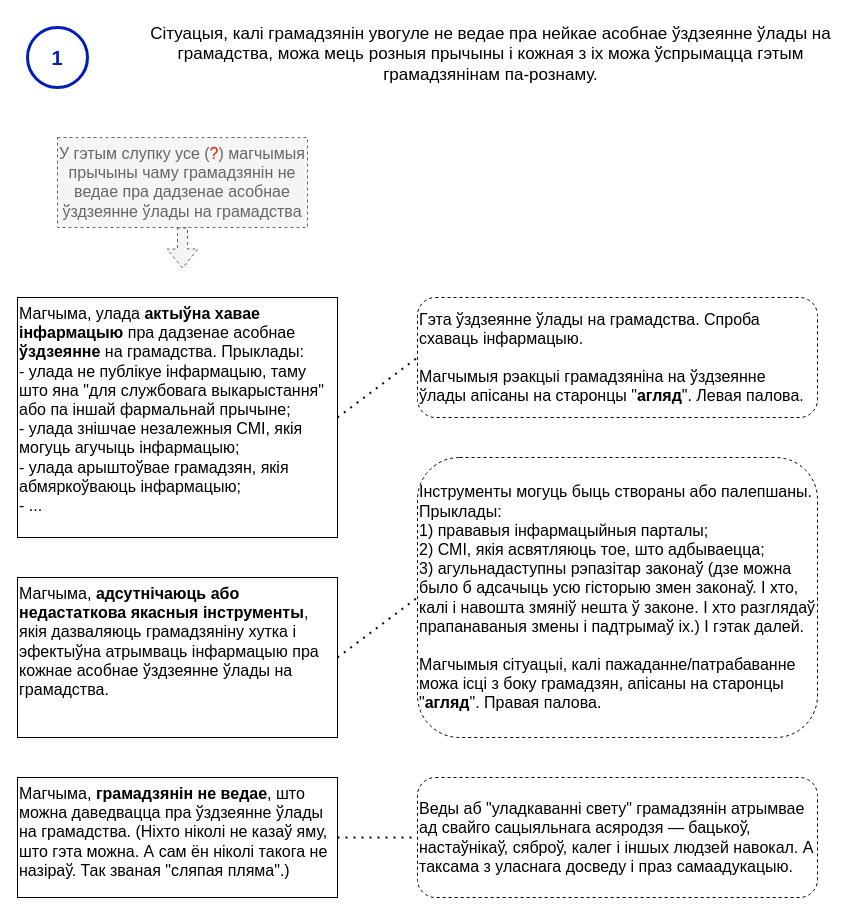
Before: page "нататка-1" (2 of 2) of current-reality-tree/Дрэва цяперашняй рэальнасці.drawio in mshurkaeu-public/i-care.by, a draw.io diagram. Source tidied: cells renumbered, new cells numbered last; positions are measured from the earlier drawing's top-left corner, leaving out a move shared by most shapes. Both pictures are drawn from the tidied source at 100%, with x=0, y=0 at pixel (17, 17).
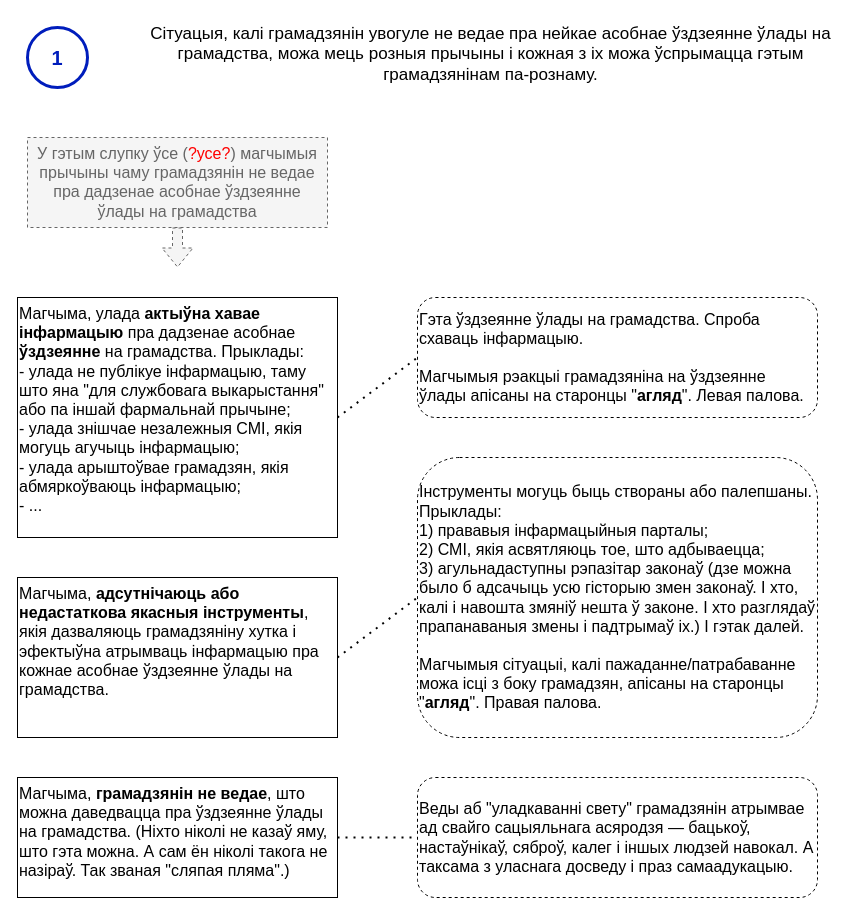
The same page after the edit.

Diff of the diagram source:
```diff
@@
 <mxGraphModel background="#ffffff">
   <root>
     <mxCell id="0" />
     <mxCell id="1" parent="0" />
     <mxCell id="2" value="Сітуацыя, калі грамадзянін увогуле не ведае пра нейкае асобнае ўздзеянне ўлады на грамадства, можа мець розныя прычыны і кожная з іх можа ўспрымацца гэтым грамадзянінам па-рознаму." style="text;html=1;strokeColor=none;fillColor=none;align=center;verticalAlign=top;whiteSpace=wrap;rounded=0;fontSize=17;" parent="1" vertex="1">
       <mxGeometry x="120" width="707" height="80" as="geometry" />
     </mxCell>
     <mxCell id="3" style="verticalLabelPosition=bottom;verticalAlign=top;html=1;shape=mxgraph.flowchart.on-page_reference;strokeWidth=3;fillColor=none;fontColor=#ffffff;strokeColor=#001DBC;comic=0;" parent="1" vertex="1">
       <mxGeometry x="10" y="10" width="60" height="60" as="geometry" />
     </mxCell>
     <mxCell id="4" value="1" style="text;html=1;strokeColor=none;fillColor=none;align=center;verticalAlign=middle;whiteSpace=wrap;rounded=0;fontColor=#001DBC;fontSize=20;fontStyle=1;" parent="1" vertex="1">
       <mxGeometry x="10" y="25" width="60" height="30" as="geometry" />
     </mxCell>
-    <mxCell id="5" value="У гэтым слупку усе (&lt;font color=&quot;#ff0000&quot;&gt;?&lt;/font&gt;) магчымыя прычыны чаму грамадзянін не ведае пра дадзенае асобнае ўздзеянне ўлады на грамадства" style="text;html=1;strokeColor=#666666;fillColor=#f5f5f5;align=center;verticalAlign=top;whiteSpace=wrap;rounded=0;fontSize=16;fontColor=#666666;dashed=1;rotation=0;" parent="1" vertex="1">
-      <mxGeometry x="40" y="120" width="250" height="90" as="geometry" />
+    <mxCell id="5" value="У гэтым слупку ўсе (&lt;font color=&quot;#ff0000&quot;&gt;?усе?&lt;/font&gt;) магчымыя прычыны чаму грамадзянін не ведае пра дадзенае асобнае ўздзеянне ўлады на грамадства" style="text;html=1;strokeColor=#666666;fillColor=#f5f5f5;align=center;verticalAlign=top;whiteSpace=wrap;rounded=0;fontSize=16;fontColor=#666666;dashed=1;rotation=0;" parent="1" vertex="1">
+      <mxGeometry x="10" y="120" width="300" height="90" as="geometry" />
     </mxCell>
     <mxCell id="6" style="shape=flexArrow;endArrow=classic;html=1;rounded=0;exitX=0.5;exitY=1;exitDx=0;exitDy=0;fillColor=#f5f5f5;strokeColor=#666666;dashed=1;" parent="1" edge="1" source="5">
       <mxGeometry relative="1" as="geometry">
-        <mxPoint x="165" y="251" as="targetPoint" />
+        <mxPoint x="160" y="250" as="targetPoint" />
       </mxGeometry>
     </mxCell>
     <mxCell id="7" value="Магчыма, улада &lt;b&gt;актыўна хавае інфармацыю&lt;/b&gt; пра дадзенае асобнае &lt;b&gt;ўздзеянне&lt;/b&gt; на грамадства. Прыклады:&lt;br&gt;- улада не публікуе інфармацыю, таму што яна &quot;для службовага выкарыстання&quot; або па іншай фармальнай прычыне;&lt;br&gt;- улада знішчае незалежныя СМІ, якія могуць агучыць інфармацыю;&lt;br&gt;- улада арыштоўвае грамадзян, якія абмяркоўваюць інфармацыю;&lt;br&gt;- ...&lt;br&gt; " style="text;html=1;align=left;verticalAlign=top;whiteSpace=wrap;rounded=0;fontSize=16;strokeColor=default;rotation=0;" parent="1" vertex="1">
       <mxGeometry y="280" width="320" height="240" as="geometry" />
     </mxCell>
     <mxCell id="8" value="Магчыма, &lt;b&gt;адсутнічаюць або недастаткова якасныя інструменты&lt;/b&gt;, якія дазваляюць грамадзяніну хутка і эфектыўна атрымваць інфармацыю пра кожнае асобнае ўздзеянне ўлады на грамадства.&lt;br&gt; " style="text;html=1;align=left;verticalAlign=top;whiteSpace=wrap;rounded=0;fontSize=16;strokeColor=default;rotation=0;" parent="1" vertex="1">
       <mxGeometry y="560" width="320" height="160" as="geometry" />
     </mxCell>
     <mxCell id="9" value="&lt;span&gt;Інструменты могуць быць створаны або палепшаны. Прыклады:&lt;br&gt;1) прававыя інфармацыйныя парталы;&lt;br&gt;2) СМІ, якія асвятляюць тое, што адбываецца;&lt;br&gt;3) &lt;/span&gt;агульнадаступны рэпазітар законаў (дзе можна было б адсачыць усю гісторыю змен законаў. І хто, калі і навошта змяніў нешта ў законе. І хто разглядаў прапанаваныя змены і падтрымаў іх.) І гэтак далей.&lt;br&gt;&lt;br&gt;Магчымыя сітуацыі, калі пажаданне/патрабаванне можа ісці з боку грамадзян, апісаны на старонцы &quot;&lt;b&gt;агляд&lt;/b&gt;&quot;. Правая палова." style="text;html=1;align=left;verticalAlign=middle;whiteSpace=wrap;rounded=1;fontSize=16;strokeColor=default;fontStyle=0;dashed=1;rotation=0;" parent="1" vertex="1">
       <mxGeometry x="400" y="440" width="400" height="280" as="geometry" />
     </mxCell>
     <mxCell id="10" value="&lt;span&gt;Гэта ўздзеянне ўлады на грамадства. Спроба схаваць інфармацыю.&lt;br&gt;&lt;br&gt;Магчымыя рэакцыі грамадзяніна на ўздзеянне ўлады апісаны на старонцы &quot;&lt;b&gt;агляд&lt;/b&gt;&quot;. Левая палова.&lt;br&gt;&lt;/span&gt;" style="text;html=1;align=left;verticalAlign=middle;whiteSpace=wrap;rounded=1;fontSize=16;strokeColor=default;fontStyle=0;glass=0;shadow=0;dashed=1;rotation=0;" parent="1" vertex="1">
       <mxGeometry x="400" y="280" width="400" height="120" as="geometry" />
     </mxCell>
     <mxCell id="11" style="endArrow=none;dashed=1;html=1;dashPattern=1 3;strokeWidth=2;rounded=0;exitX=1;exitY=0.5;exitDx=0;exitDy=0;entryX=0;entryY=0.5;entryDx=0;entryDy=0;" parent="1" edge="1" source="7" target="10">
       <mxGeometry relative="1" as="geometry" />
     </mxCell>
     <mxCell id="12" style="endArrow=none;dashed=1;html=1;dashPattern=1 3;strokeWidth=2;rounded=0;exitX=1;exitY=0.5;exitDx=0;exitDy=0;entryX=0;entryY=0.5;entryDx=0;entryDy=0;" parent="1" edge="1" source="8" target="9">
       <mxGeometry relative="1" as="geometry" />
     </mxCell>
     <mxCell id="13" value="Магчыма, &lt;b&gt;грамадзянін не ведае&lt;/b&gt;, што можна даведвацца пра ўздзеянне ўлады на грамадства. (Ніхто ніколі не казаў яму, што гэта можна. А сам ён ніколі такога не назіраў. Так званая &quot;сляпая пляма&quot;.)&lt;br&gt; " style="text;html=1;align=left;verticalAlign=top;whiteSpace=wrap;rounded=0;fontSize=16;strokeColor=default;rotation=0;" parent="1" vertex="1">
       <mxGeometry y="760" width="320" height="120" as="geometry" />
     </mxCell>
     <mxCell id="14" value="Веды аб &quot;уладкаванні свету&quot; грамадзянін атрымвае ад свайго сацыяльнага асяродзя — бацькоў, настаўнікаў, сяброў, калег і іншых людзей навокал. А таксама з уласнага досведу і праз самаадукацыю." style="text;html=1;align=left;verticalAlign=middle;whiteSpace=wrap;rounded=1;fontSize=16;strokeColor=default;fontStyle=0;glass=0;shadow=0;dashed=1;rotation=0;" parent="1" vertex="1">
       <mxGeometry x="400" y="760" width="400" height="120" as="geometry" />
     </mxCell>
     <mxCell id="15" style="endArrow=none;dashed=1;html=1;dashPattern=1 3;strokeWidth=2;rounded=0;exitX=1;exitY=0.5;exitDx=0;exitDy=0;entryX=0;entryY=0.5;entryDx=0;entryDy=0;" parent="1" edge="1" source="13" target="14">
       <mxGeometry relative="1" as="geometry" />
     </mxCell>
   </root>
 </mxGraphModel>
```
